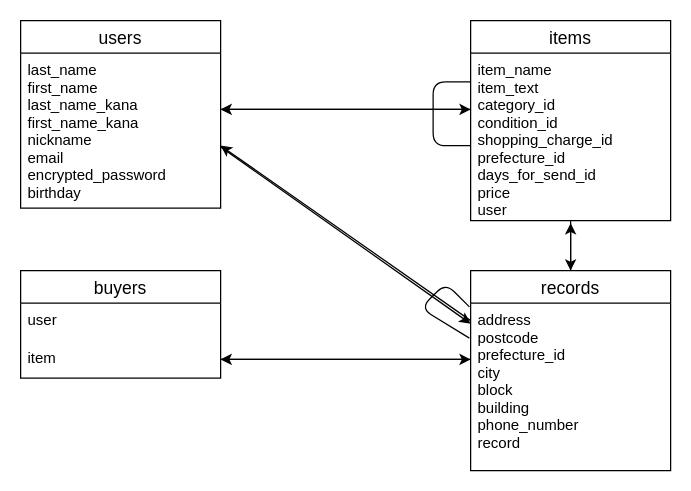
Earlier version of the draw.io diagram ER.dio (fjys1203/furima-38631). Source tidied: cells renumbered, new cells numbered last; positions are measured from the earlier drawing's top-left corner, leaving out a move shared by most shapes. Both pictures are drawn from the tidied source at 125%, with x=0, y=0 at pixel (20, 20).
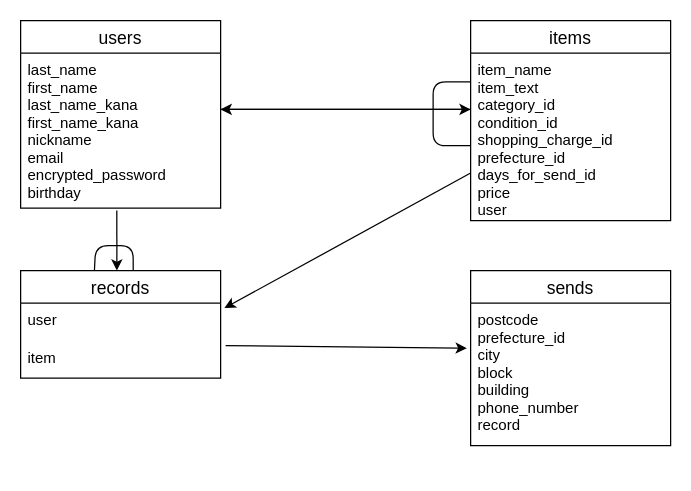
After the change.

Commit message (it also covers changes not shown here):
DB設計の作成④

The change refers to these unchanged cells:
```xml
<mxCell id="3" value="last_name&#10;first_name&#10;last_name_kana&#10;first_name_kana&#10;nickname&#10;email&#10;encrypted_password&#10;birthday" style="text;strokeColor=none;fillColor=none;spacingLeft=4;spacingRight=4;overflow=hidden;points=[[0,0.5],[1,0.5]];portConstraint=eastwest;fontSize=12;" parent="2" vertex="1">
  <mxGeometry y="26" width="160" height="124" as="geometry" />
</mxCell>
<mxCell id="5" value="items" style="swimlane;fontStyle=0;horizontal=1;startSize=26;align=center;fontSize=14;" parent="1" vertex="1">
  <mxGeometry x="360" width="160" height="160" as="geometry" />
</mxCell>
<mxCell id="6" value="item_name&#10;item_text&#10;category_id&#10;condition_id&#10;shopping_charge_id&#10;prefecture_id&#10;days_for_send_id&#10;price&#10;user" style="text;strokeColor=none;fillColor=none;spacingLeft=4;spacingRight=4;overflow=hidden;points=[[0,0.5],[1,0.5]];portConstraint=eastwest;fontSize=12;" parent="5" vertex="1">
  <mxGeometry y="26" width="160" height="134" as="geometry" />
</mxCell>
<mxCell id="13" value="user" style="text;strokeColor=none;fillColor=none;spacingLeft=4;spacingRight=4;overflow=hidden;points=[[0,0.5],[1,0.5]];portConstraint=eastwest;fontSize=12;" parent="12" vertex="1">
  <mxGeometry y="26" width="160" height="30" as="geometry" />
</mxCell>
<mxCell id="14" value="item" style="text;strokeColor=none;fillColor=none;spacingLeft=4;spacingRight=4;overflow=hidden;points=[[0,0.5],[1,0.5]];portConstraint=eastwest;fontSize=12;" parent="12" vertex="1">
  <mxGeometry y="56" width="160" height="30" as="geometry" />
</mxCell>
```

What changed in the source:
```diff
@@
-    <mxCell id="4" style="edgeStyle=none;html=1;entryX=0.5;entryY=0;entryDx=0;entryDy=0;" parent="1" edge="1" source="5" target="9">
-      <mxGeometry relative="1" as="geometry" />
-    </mxCell>
@@
-    <mxCell id="8" style="edgeStyle=none;html=1;entryX=0.5;entryY=1.015;entryDx=0;entryDy=0;entryPerimeter=0;" parent="1" edge="1" source="9" target="6">
-      <mxGeometry relative="1" as="geometry" />
-    </mxCell>
-    <mxCell id="9" value="records" style="swimlane;fontStyle=0;horizontal=1;startSize=26;align=center;fontSize=14;" parent="1" vertex="1">
-      <mxGeometry x="360" y="200" width="160" height="160" as="geometry" />
+    <mxCell id="9" value="sends" style="swimlane;fontStyle=0;horizontal=1;startSize=26;align=center;fontSize=14;" parent="1" vertex="1">
+      <mxGeometry x="360" y="200" width="160" height="140" as="geometry" />
     </mxCell>
-    <mxCell id="10" style="endArrow=none;html=1;entryX=-0.006;entryY=0.181;entryDx=0;entryDy=0;entryPerimeter=0;exitX=-0.006;exitY=-0.067;exitDx=0;exitDy=0;exitPerimeter=0;" parent="9" edge="1" target="9">
-      <mxGeometry relative="1" as="geometry">
-        <mxPoint x="-1" y="54" as="sourcePoint" />
-        <Array as="points">
-          <mxPoint x="-40" y="30" />
-          <mxPoint x="-20" y="10" />
-        </Array>
-      </mxGeometry>
-    </mxCell>
-    <mxCell id="11" value="address&#10;postcode&#10;prefecture_id&#10;city&#10;block&#10;building&#10;phone_number&#10;record" style="text;strokeColor=none;fillColor=none;spacingLeft=4;spacingRight=4;overflow=hidden;points=[[0,0.5],[1,0.5]];portConstraint=eastwest;fontSize=12;" parent="9" vertex="1">
-      <mxGeometry y="26" width="160" height="134" as="geometry" />
+    <mxCell id="11" value="postcode&#10;prefecture_id&#10;city&#10;block&#10;building&#10;phone_number&#10;record" style="text;strokeColor=none;fillColor=none;spacingLeft=4;spacingRight=4;overflow=hidden;points=[[0,0.5],[1,0.5]];portConstraint=eastwest;fontSize=12;" parent="9" vertex="1">
+      <mxGeometry y="26" width="160" height="114" as="geometry" />
     </mxCell>
-    <mxCell id="12" value="buyers" style="swimlane;fontStyle=0;horizontal=1;startSize=26;align=center;fontSize=14;" parent="1" vertex="1">
+    <mxCell id="12" value="records" style="swimlane;fontStyle=0;horizontal=1;startSize=26;align=center;fontSize=14;" parent="1" vertex="1">
       <mxGeometry y="200" width="160" height="86" as="geometry" />
     </mxCell>
@@
-    <mxCell id="16" style="edgeStyle=none;html=1;entryX=1;entryY=0.5;entryDx=0;entryDy=0;" parent="1" edge="1" target="14">
-      <mxGeometry relative="1" as="geometry">
-        <mxPoint x="360" y="271" as="sourcePoint" />
-      </mxGeometry>
-    </mxCell>
-    <mxCell id="17" style="edgeStyle=none;html=1;" parent="1" edge="1" source="14">
-      <mxGeometry relative="1" as="geometry">
-        <mxPoint x="360" y="271" as="targetPoint" />
-      </mxGeometry>
-    </mxCell>
-    <mxCell id="18" style="edgeStyle=none;html=1;exitX=1;exitY=0.5;exitDx=0;exitDy=0;entryX=0;entryY=0.123;entryDx=0;entryDy=0;entryPerimeter=0;" parent="1" edge="1" target="11">
-      <mxGeometry relative="1" as="geometry">
-        <mxPoint x="160" y="101" as="sourcePoint" />
-      </mxGeometry>
-    </mxCell>
@@
-    <mxCell id="20" style="endArrow=classic;html=1;" parent="1" edge="1">
-      <mxGeometry relative="1" as="geometry">
-        <mxPoint x="360" y="240" as="sourcePoint" />
-        <mxPoint x="160" y="100" as="targetPoint" />
-      </mxGeometry>
-    </mxCell>
+    <mxCell id="21" style="edgeStyle=none;html=1;exitX=1.025;exitY=0.133;exitDx=0;exitDy=0;exitPerimeter=0;entryX=-0.019;entryY=0.316;entryDx=0;entryDy=0;entryPerimeter=0;" parent="1" edge="1" source="14" target="11">
+      <mxGeometry relative="1" as="geometry" />
+    </mxCell>
+    <mxCell id="22" style="endArrow=classic;html=1;exitX=0.481;exitY=1.016;exitDx=0;exitDy=0;exitPerimeter=0;" parent="1" edge="1" source="3">
+      <mxGeometry relative="1" as="geometry">
+        <mxPoint x="77" y="200" as="targetPoint" />
+      </mxGeometry>
+    </mxCell>
+    <mxCell id="23" style="endArrow=classic;html=1;exitX=0;exitY=0.716;exitDx=0;exitDy=0;exitPerimeter=0;entryX=1.019;entryY=0.133;entryDx=0;entryDy=0;entryPerimeter=0;" parent="1" edge="1" source="6" target="13">
+      <mxGeometry relative="1" as="geometry" />
+    </mxCell>
+    <mxCell id="24" style="endArrow=none;html=1;exitX=0.563;exitY=0;exitDx=0;exitDy=0;exitPerimeter=0;entryX=0.369;entryY=0;entryDx=0;entryDy=0;entryPerimeter=0;" parent="1" edge="1" source="12" target="12">
+      <mxGeometry relative="1" as="geometry">
+        <Array as="points">
+          <mxPoint x="90" y="180" />
+          <mxPoint x="60" y="180" />
+        </Array>
+      </mxGeometry>
+    </mxCell>
```
